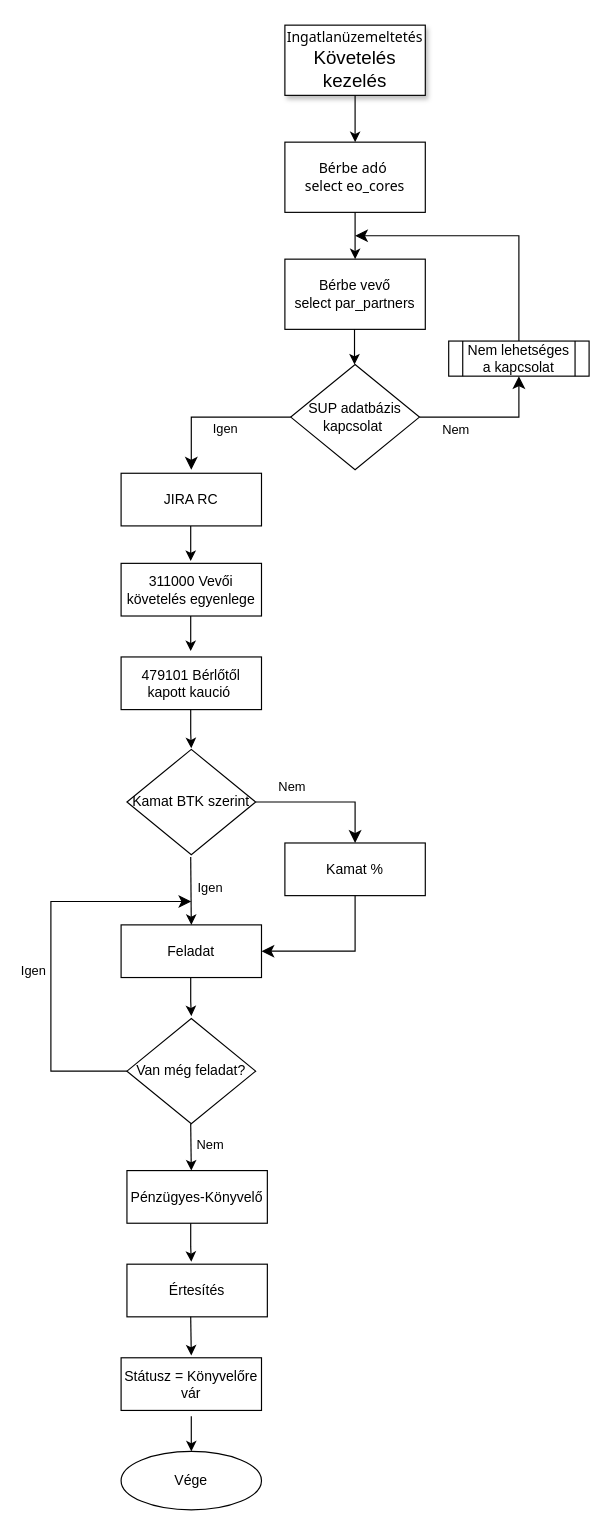
Before: assets.drawio in Cgyulas0525/indotek_erp, a draw.io diagram. Source tidied: cells renumbered, new cells numbered last; positions are measured from the earlier drawing's top-left corner, leaving out a move shared by most shapes. Both pictures are drawn from the tidied source at 117%, with x=0, y=0 at pixel (50, 25).
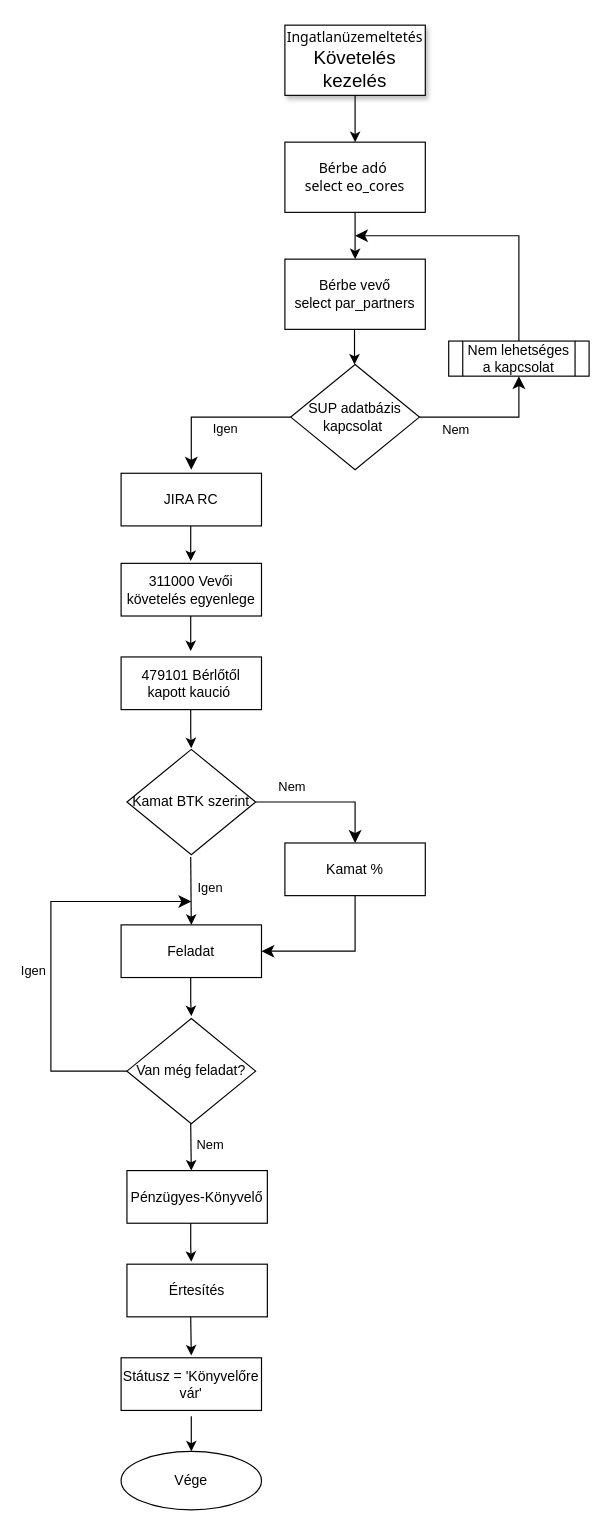
The same diagram, later.

The edit, as a diff of the source:
```diff
@@
-    <mxCell id="39" value="Státusz = Könyvelőre vár" style="rounded=0;whiteSpace=wrap;html=1;labelBackgroundColor=none;" parent="1" vertex="1">
+    <mxCell id="39" value="Státusz = 'Könyvelőre vár'" style="rounded=0;whiteSpace=wrap;html=1;labelBackgroundColor=none;" parent="1" vertex="1">
       <mxGeometry x="60" y="1139" width="120" height="45" as="geometry" />
     </mxCell>
```
